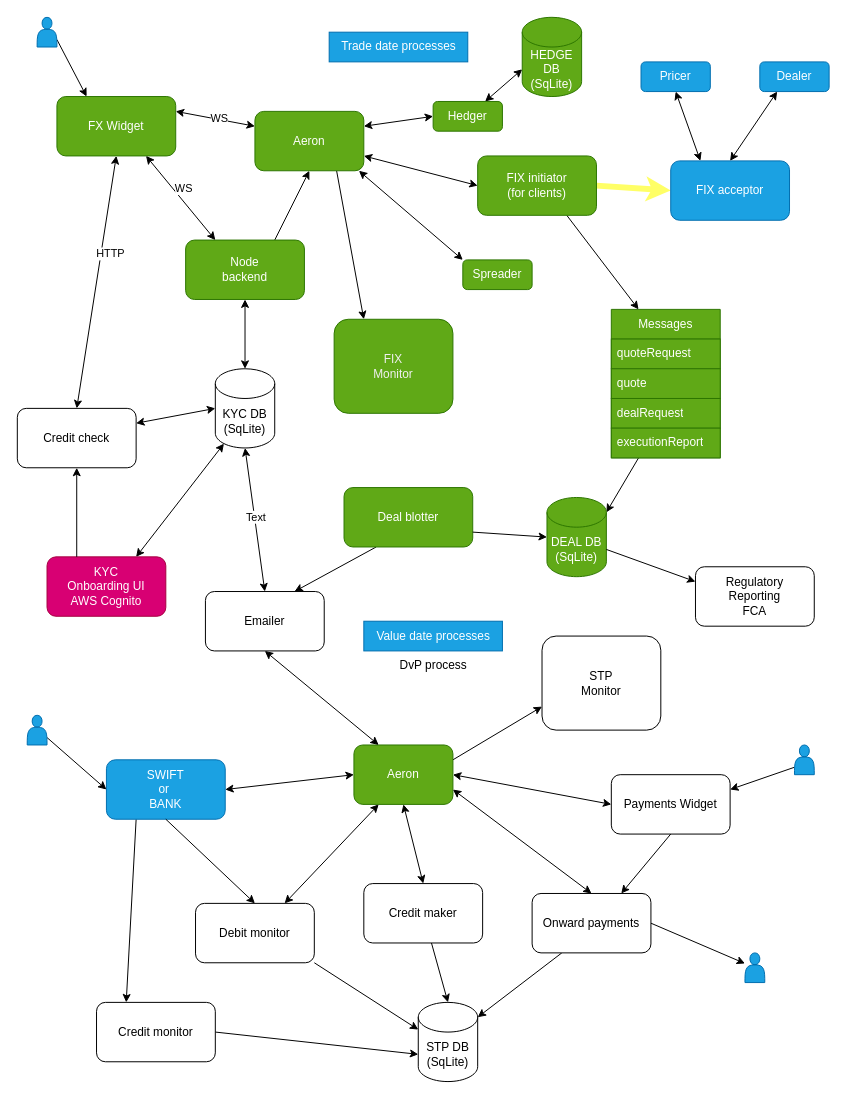
rupweb/ws-front-end keeps this draw.io diagram as arch.drawio. Above is the earlier version. Source tidied: cells renumbered, new cells numbered last; positions are measured from the earlier drawing's top-left corner, leaving out a move shared by most shapes. Both pictures are drawn from the tidied source at 99%, with x=0, y=0 at pixel (17, 17).
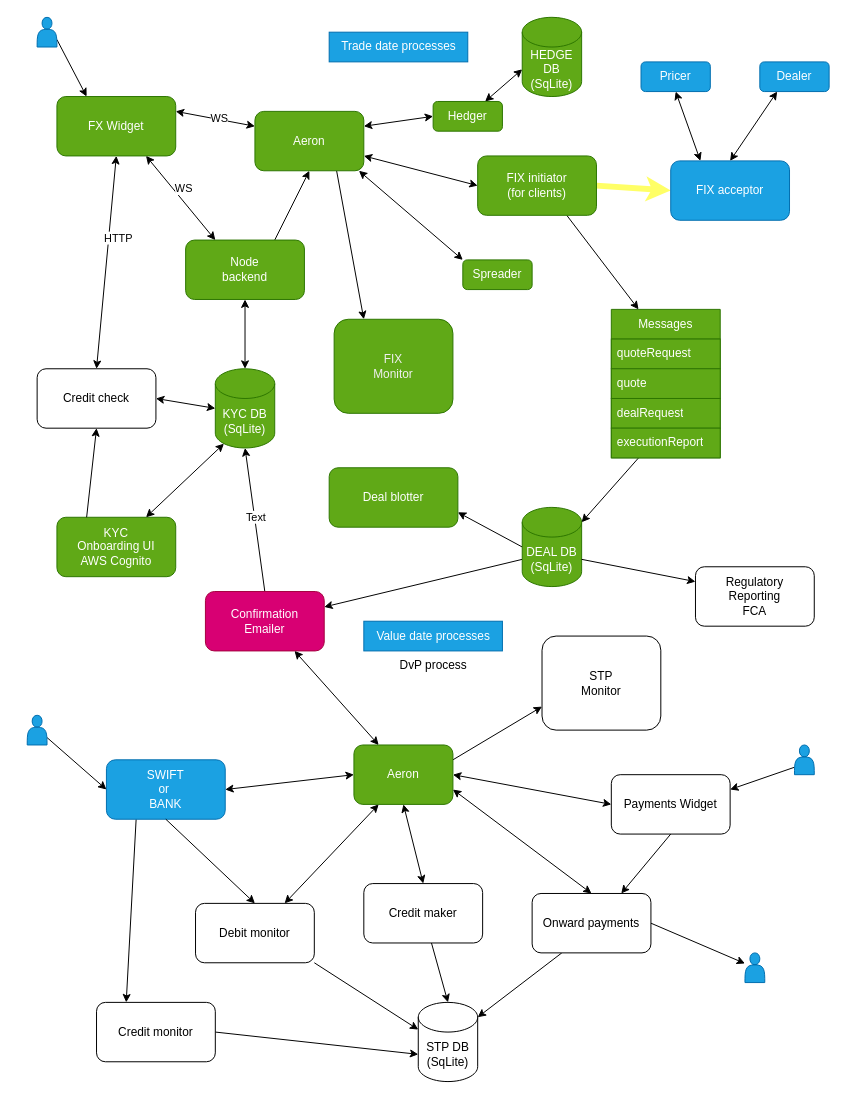
The same diagram, later.

The change refers to these unchanged cells:
```xml
<mxCell id="51" value="Aeron" style="rounded=1;whiteSpace=wrap;html=1;fillColor=#60a917;fontColor=#ffffff;strokeColor=#2D7600;" parent="1" vertex="1">
  <mxGeometry x="340" y="735" width="100" height="60" as="geometry" />
</mxCell>
```

Change to the diagram source:
```diff
@@
-    <mxCell id="13" value="KYC &lt;br&gt;Onboarding UI&lt;br&gt;AWS Cognito" style="rounded=1;whiteSpace=wrap;html=1;fillColor=#d80073;fontColor=#ffffff;strokeColor=#A50040;" parent="1" vertex="1">
-      <mxGeometry x="30" y="545" width="120" height="60" as="geometry" />
+    <mxCell id="13" value="KYC &lt;br&gt;Onboarding UI&lt;br&gt;AWS Cognito" style="rounded=1;whiteSpace=wrap;html=1;fillColor=#60a917;fontColor=#ffffff;strokeColor=#2D7600;" parent="1" vertex="1">
+      <mxGeometry x="40" y="505" width="120" height="60" as="geometry" />
     </mxCell>
@@
-    <mxCell id="20" value="KYC DB&lt;br&gt;(SqLite)" style="shape=cylinder3;whiteSpace=wrap;html=1;boundedLbl=1;backgroundOutline=1;size=15;" parent="1" vertex="1">
+    <mxCell id="20" value="KYC DB&lt;br&gt;(SqLite)" style="shape=cylinder3;whiteSpace=wrap;html=1;boundedLbl=1;backgroundOutline=1;size=15;fillColor=#60a917;fontColor=#ffffff;strokeColor=#2D7600;" parent="1" vertex="1">
       <mxGeometry x="200" y="355" width="60" height="80" as="geometry" />
     </mxCell>
@@
     <mxCell id="24" value="Credit check" style="rounded=1;whiteSpace=wrap;html=1;" parent="1" vertex="1">
-      <mxGeometry y="395" width="120" height="60" as="geometry" />
+      <mxGeometry x="20" y="355" width="120" height="60" as="geometry" />
     </mxCell>
@@
-    <mxCell id="27" style="endArrow=classic;startArrow=classic;html=1;entryX=0;entryY=0.5;entryDx=0;entryDy=0;entryPerimeter=0;exitX=1;exitY=0.25;exitDx=0;exitDy=0;" parent="1" edge="1" source="24" target="20">
+    <mxCell id="27" style="endArrow=classic;startArrow=classic;html=1;entryX=0;entryY=0.5;entryDx=0;entryDy=0;entryPerimeter=0;exitX=1;exitY=0.5;exitDx=0;exitDy=0;" parent="1" edge="1" source="24" target="20">
       <mxGeometry relative="1" as="geometry" />
     </mxCell>
-    <mxCell id="28" style="edgeStyle=none;html=1;exitX=0.25;exitY=1;exitDx=0;exitDy=0;entryX=0.75;entryY=0;entryDx=0;entryDy=0;" parent="1" edge="1" source="29" target="43">
+    <mxCell id="28" style="edgeStyle=none;html=1;exitX=0;exitY=0;exitDx=0;exitDy=52.5;exitPerimeter=0;" parent="1" edge="1" source="61" target="43">
       <mxGeometry relative="1" as="geometry" />
     </mxCell>
     <mxCell id="29" value="Deal blotter" style="rounded=1;whiteSpace=wrap;html=1;fillColor=#60a917;fontColor=#ffffff;strokeColor=#2D7600;" parent="1" vertex="1">
-      <mxGeometry x="330" y="475" width="130" height="60" as="geometry" />
+      <mxGeometry x="315" y="455" width="130" height="60" as="geometry" />
     </mxCell>
@@
-    <mxCell id="41" style="edgeStyle=none;html=1;exitX=0.5;exitY=0;exitDx=0;exitDy=0;entryX=0.5;entryY=1;entryDx=0;entryDy=0;entryPerimeter=0;startArrow=classic;startFill=1;" parent="1" edge="1" source="43" target="20">
+    <mxCell id="41" style="edgeStyle=none;html=1;exitX=0.5;exitY=0;exitDx=0;exitDy=0;entryX=0.5;entryY=1;entryDx=0;entryDy=0;entryPerimeter=0;startArrow=none;startFill=0;endArrow=classic;endFill=1;" parent="1" edge="1" source="43" target="20">
       <mxGeometry relative="1" as="geometry" />
     </mxCell>
@@
-    <mxCell id="43" value="Emailer" style="rounded=1;whiteSpace=wrap;html=1;" parent="1" vertex="1">
+    <mxCell id="43" value="Confirmation&lt;br&gt;Emailer" style="rounded=1;whiteSpace=wrap;html=1;fillColor=#d80073;fontColor=#ffffff;strokeColor=#A50040;" parent="1" vertex="1">
       <mxGeometry x="190" y="580" width="120" height="60" as="geometry" />
     </mxCell>
@@
-    <mxCell id="57" style="endArrow=classic;startArrow=classic;html=1;entryX=0.25;entryY=0;entryDx=0;entryDy=0;exitX=0.5;exitY=1;exitDx=0;exitDy=0;" parent="1" edge="1" source="43" target="51">
+    <mxCell id="57" style="endArrow=classic;startArrow=classic;html=1;entryX=0.25;entryY=0;entryDx=0;entryDy=0;exitX=0.75;exitY=1;exitDx=0;exitDy=0;" parent="1" edge="1" source="43" target="51">
       <mxGeometry relative="1" as="geometry" />
     </mxCell>
@@
-    <mxCell id="60" style="edgeStyle=none;html=1;exitX=1;exitY=0.75;exitDx=0;exitDy=0;entryX=0;entryY=0.5;entryDx=0;entryDy=0;entryPerimeter=0;" parent="1" edge="1" source="29" target="61">
+    <mxCell id="60" style="edgeStyle=none;html=1;exitX=1;exitY=0.75;exitDx=0;exitDy=0;entryX=0;entryY=0.5;entryDx=0;entryDy=0;entryPerimeter=0;endArrow=none;endFill=0;startArrow=classic;startFill=1;" parent="1" edge="1" source="29" target="61">
       <mxGeometry relative="1" as="geometry" />
     </mxCell>
     <mxCell id="61" value="DEAL DB&lt;br&gt;(SqLite)" style="shape=cylinder3;whiteSpace=wrap;html=1;boundedLbl=1;backgroundOutline=1;size=15;fillColor=#60a917;fontColor=#ffffff;strokeColor=#2D7600;" parent="1" vertex="1">
-      <mxGeometry x="535" y="485" width="60" height="80" as="geometry" />
+      <mxGeometry x="510" y="495" width="60" height="80" as="geometry" />
     </mxCell>
```
